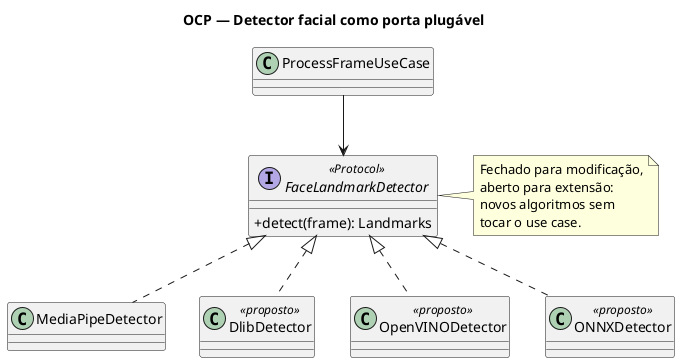
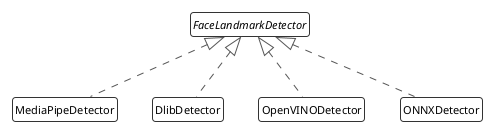
@startuml
- title OCP — Detector facial como porta plugável
+ !theme plain
+ skinparam shadowing false
+ skinparam roundCorner 6
+ skinparam defaultFontName "Helvetica"
+ skinparam defaultFontSize 11
+ skinparam ArrowColor #555555
+ skinparam ClassBackgroundColor #FFFFFF
+ skinparam ClassBorderColor #333333
+ hide circle
+ hide empty members

- skinparam classAttributeIconSize 0
- skinparam shadowing false
- skinparam defaultFontName "Helvetica"
- 
- interface FaceLandmarkDetector <<Protocol>> {
-   +detect(frame): Landmarks
- }
- 
+ interface FaceLandmarkDetector
class MediaPipeDetector
- class DlibDetector <<proposto>>
- class OpenVINODetector <<proposto>>
- class ONNXDetector <<proposto>>
- 
- class ProcessFrameUseCase
+ class DlibDetector
+ class OpenVINODetector
+ class ONNXDetector

FaceLandmarkDetector <|.. MediaPipeDetector
FaceLandmarkDetector <|.. DlibDetector
FaceLandmarkDetector <|.. OpenVINODetector
FaceLandmarkDetector <|.. ONNXDetector
- 
- ProcessFrameUseCase --> FaceLandmarkDetector
- 
- note right of FaceLandmarkDetector
-   Fechado para modificação,
-   aberto para extensão:
-   novos algoritmos sem
-   tocar o use case.
- end note
- 
@enduml
